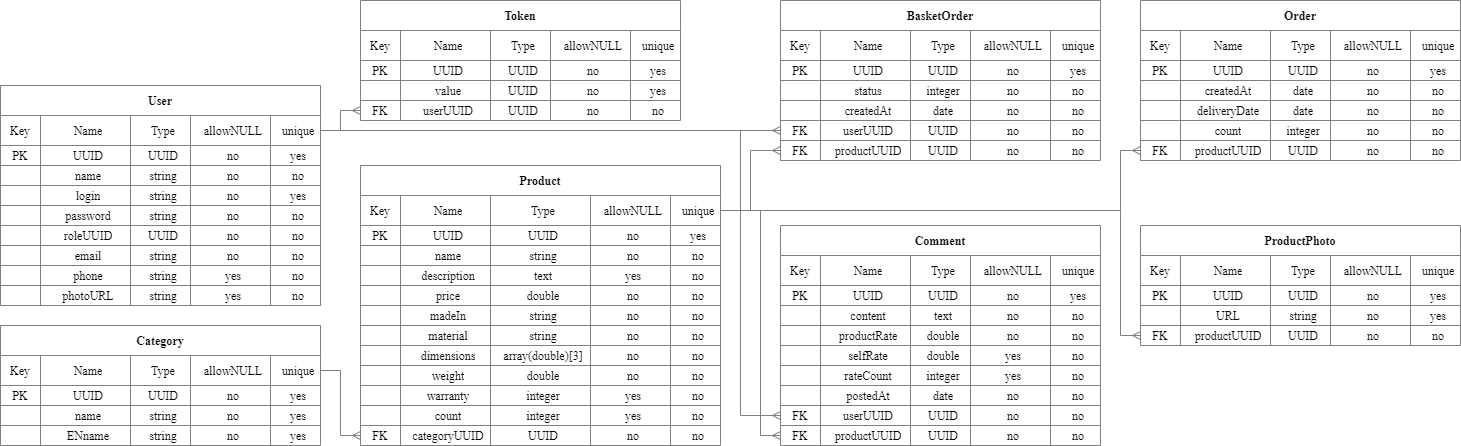
chidleev/MyRoom2 keeps this draw.io diagram as other/db-refactored — копия.png. Above is the earlier version. Source tidied: cells renumbered, new cells last; positions are measured from the earlier drawing's top-left corner, leaving out a move shared by most shapes.
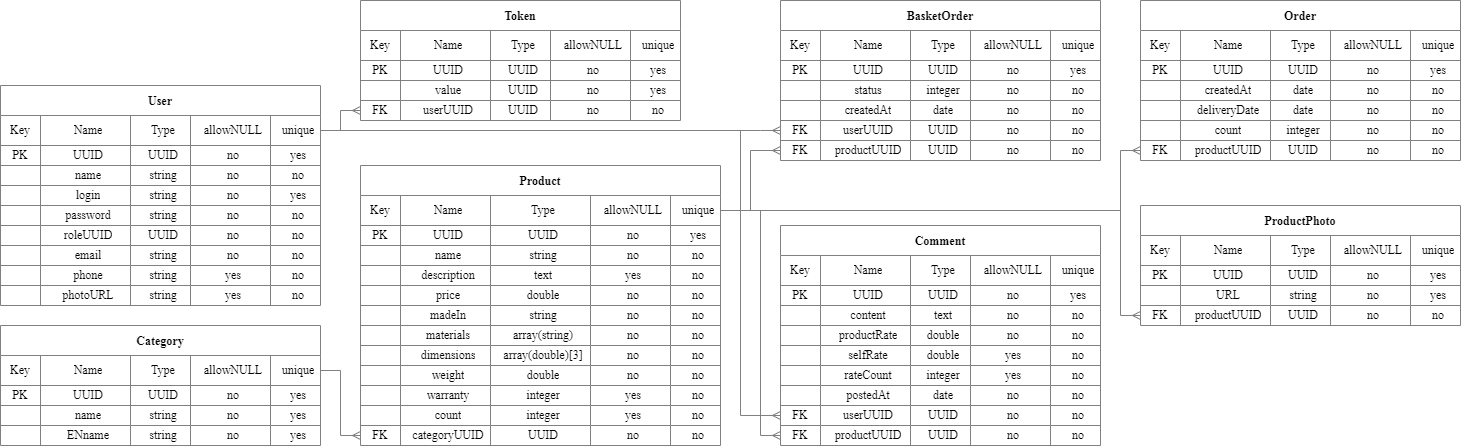
After the change.

Diff of the diagram source:
```diff
@@ -651,10 +651,10 @@
     <mxCell id="214" style="shape=partialRectangle;html=1;whiteSpace=wrap;fillColor=none;top=0;left=0;bottom=0;right=0;overflow=hidden;rounded=0;shadow=0;glass=0;sketch=0;align=center;fontFamily=Times New Roman;labelBackgroundColor=none;strokeColor=#808080;" parent="213" vertex="1">
       <mxGeometry width="40" height="20" as="geometry" />
     </mxCell>
-    <mxCell id="215" value="material" style="shape=partialRectangle;html=1;whiteSpace=wrap;fillColor=none;top=0;left=0;bottom=0;right=0;align=center;spacingLeft=6;overflow=hidden;rounded=0;shadow=0;glass=0;sketch=0;fontFamily=Times New Roman;labelBackgroundColor=none;strokeColor=#808080;" parent="213" vertex="1">
+    <mxCell id="215" value="materials" style="shape=partialRectangle;html=1;whiteSpace=wrap;fillColor=none;top=0;left=0;bottom=0;right=0;align=center;spacingLeft=6;overflow=hidden;rounded=0;shadow=0;glass=0;sketch=0;fontFamily=Times New Roman;labelBackgroundColor=none;strokeColor=#808080;" parent="213" vertex="1">
       <mxGeometry x="40" width="90" height="20" as="geometry" />
     </mxCell>
-    <mxCell id="216" value="string" style="shape=partialRectangle;html=1;whiteSpace=wrap;fillColor=none;top=0;left=0;bottom=0;right=0;align=center;spacingLeft=6;overflow=hidden;rounded=0;shadow=0;glass=0;sketch=0;fontFamily=Times New Roman;labelBackgroundColor=none;strokeColor=#808080;" parent="213" vertex="1">
+    <mxCell id="216" value="array(string)" style="shape=partialRectangle;html=1;whiteSpace=wrap;fillColor=none;top=0;left=0;bottom=0;right=0;align=center;spacingLeft=6;overflow=hidden;rounded=0;shadow=0;glass=0;sketch=0;fontFamily=Times New Roman;labelBackgroundColor=none;strokeColor=#808080;" parent="213" vertex="1">
       <mxGeometry x="130" width="100" height="20" as="geometry" />
     </mxCell>
     <mxCell id="217" value="&lt;span&gt;no&lt;/span&gt;" style="shape=partialRectangle;html=1;whiteSpace=wrap;fillColor=none;top=0;left=0;bottom=0;right=0;align=center;spacingLeft=6;overflow=hidden;rounded=0;shadow=0;glass=0;sketch=0;fontFamily=Times New Roman;labelBackgroundColor=none;strokeColor=#808080;" parent="213" vertex="1">
@@ -754,7 +754,7 @@
       <mxGeometry x="310" width="50" height="20" as="geometry" />
     </mxCell>
     <mxCell id="249" value="ProductPhoto" style="shape=table;startSize=30;rowLines=1;fontStyle=1;align=center;rounded=0;shadow=0;glass=0;sketch=0;fillColor=#ffffff;strokeColor=#808080;fontFamily=Times New Roman;labelBackgroundColor=none;" parent="1" vertex="1">
-      <mxGeometry x="1140" y="225" width="320" height="120" as="geometry" />
+      <mxGeometry x="1140" y="205" width="320" height="120" as="geometry" />
     </mxCell>
     <mxCell id="250" style="shape=partialRectangle;html=1;whiteSpace=wrap;fillColor=none;top=0;left=0;bottom=1;right=0;rounded=0;shadow=0;glass=0;sketch=0;align=center;fontFamily=Times New Roman;labelBackgroundColor=none;strokeColor=#808080;" parent="249" vertex="1">
       <mxGeometry y="30" width="320" height="30" as="geometry" />
@@ -832,7 +832,7 @@
       <mxGeometry relative="1" as="geometry">
         <Array as="points">
           <mxPoint x="1120" y="210" />
-          <mxPoint x="1120" y="335" />
+          <mxPoint x="1120" y="315" />
         </Array>
       </mxGeometry>
     </mxCell>
```
